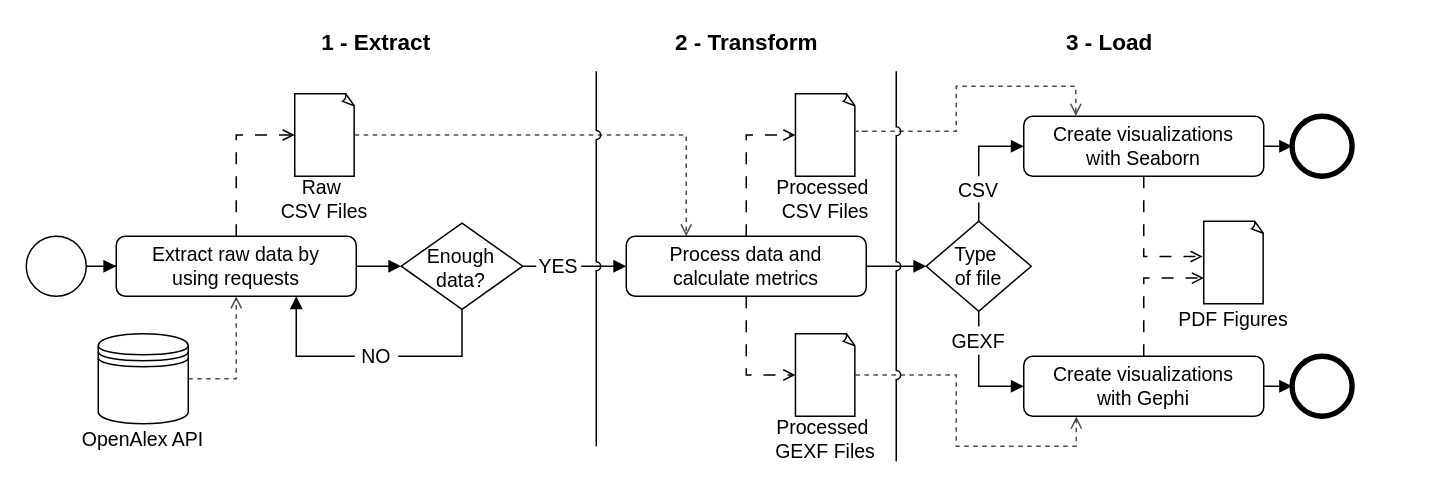
Before: page "bpmn" (1 of 2) of docs/diagrams.drawio in viniciusmioto/beyond_boundaries, a draw.io diagram. Source tidied: cells renumbered, new cells numbered last; positions are measured from the earlier drawing's top-left corner, leaving out a move shared by most shapes. Both pictures are drawn from the tidied source at 150%, with x=0, y=0 at pixel (26, 26).
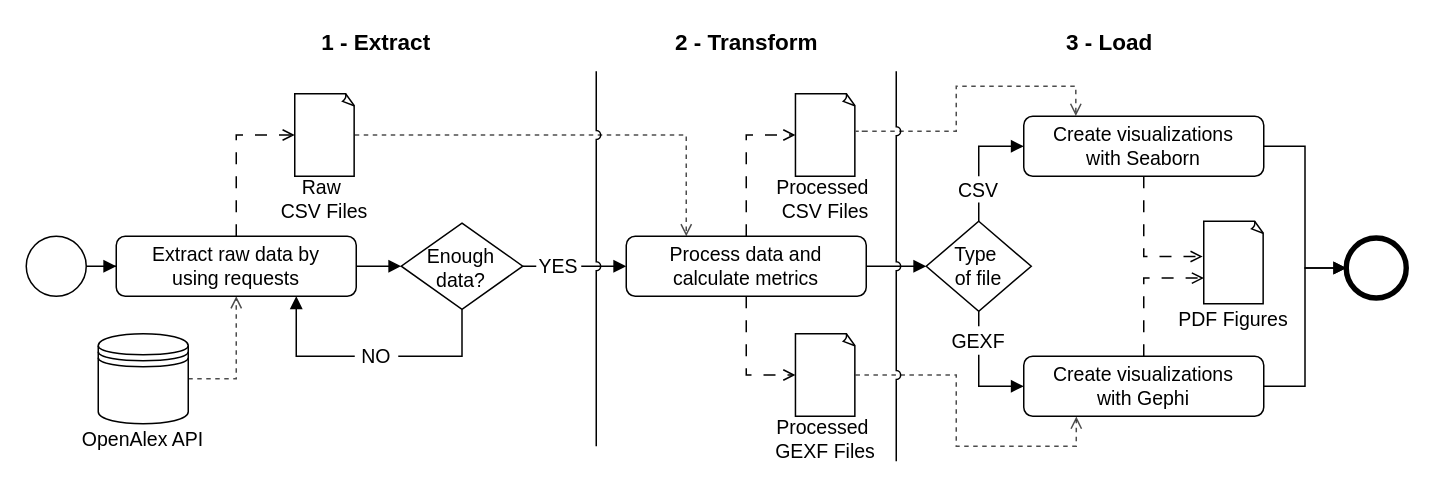
Above is the later version.

The change refers to these unchanged cells:
```xml
<mxCell id="28" style="rounded=1;whiteSpace=wrap;html=1;fontFamily=Helvetica;" parent="1" vertex="1">
  <mxGeometry x="665" y="220" width="160" height="40" as="geometry" />
</mxCell>
```

Diff of the diagram source:
```diff
@@
-    <mxCell id="54" style="edgeStyle=orthogonalEdgeStyle;rounded=0;jettySize=auto;html=1;exitX=1;exitY=0.5;exitDx=0;exitDy=0;endArrow=block;endFill=1;entryX=0;entryY=0.5;entryDx=0;entryDy=0;entryPerimeter=0;fontFamily=Helvetica;" parent="1" edge="1" source="28" target="57">
+    <mxCell id="54" style="edgeStyle=orthogonalEdgeStyle;rounded=0;jettySize=auto;html=1;exitX=1;exitY=0.5;exitDx=0;exitDy=0;endArrow=block;endFill=1;entryX=0;entryY=0.5;entryDx=0;entryDy=0;entryPerimeter=0;fontFamily=Helvetica;" parent="1" edge="1" source="28" target="56">
       <mxGeometry relative="1" as="geometry" />
     </mxCell>
@@
     <mxCell id="56" style="points=[[0.145,0.145,0],[0.5,0,0],[0.855,0.145,0],[1,0.5,0],[0.855,0.855,0],[0.5,1,0],[0.145,0.855,0],[0,0.5,0]];shape=mxgraph.bpmn.event;html=1;verticalLabelPosition=bottom;labelBackgroundColor=#ffffff;verticalAlign=top;align=center;perimeter=ellipsePerimeter;outlineConnect=0;outline=end;symbol=terminate2;strokeWidth=1.2;fontFamily=Helvetica;" parent="1" vertex="1">
-      <mxGeometry x="843.9" y="60" width="40" height="40" as="geometry" />
+      <mxGeometry x="880" y="141.2" width="40" height="40" as="geometry" />
     </mxCell>
-    <mxCell id="57" style="points=[[0.145,0.145,0],[0.5,0,0],[0.855,0.145,0],[1,0.5,0],[0.855,0.855,0],[0.5,1,0],[0.145,0.855,0],[0,0.5,0]];shape=mxgraph.bpmn.event;html=1;verticalLabelPosition=bottom;labelBackgroundColor=#ffffff;verticalAlign=top;align=center;perimeter=ellipsePerimeter;outlineConnect=0;outline=end;symbol=terminate2;strokeWidth=1.2;fontFamily=Helvetica;" parent="1" vertex="1">
-      <mxGeometry x="843.9" y="220" width="40" height="40" as="geometry" />
-    </mxCell>
```
